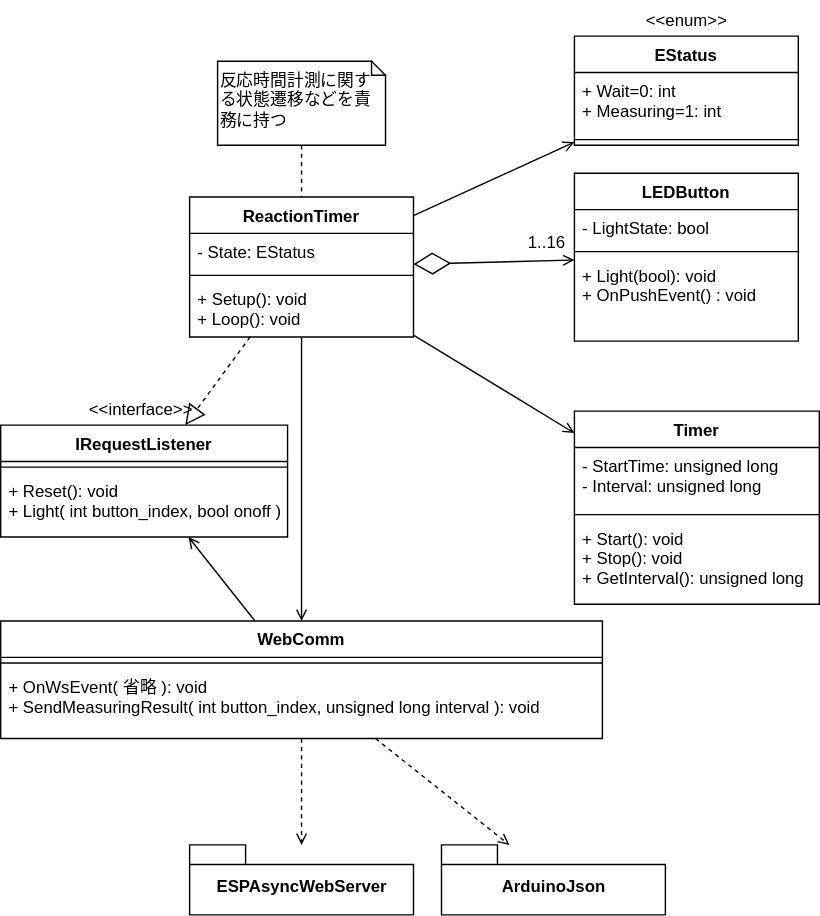
This is images/ボタン制御クラス図.drawio.svg from hajimesat0/feather-legs-trainer, a draw.io export, as it was before one commit. Source tidied: cells renumbered, new cells last; positions are measured from the earlier drawing's top-left corner, leaving out a move shared by most shapes.
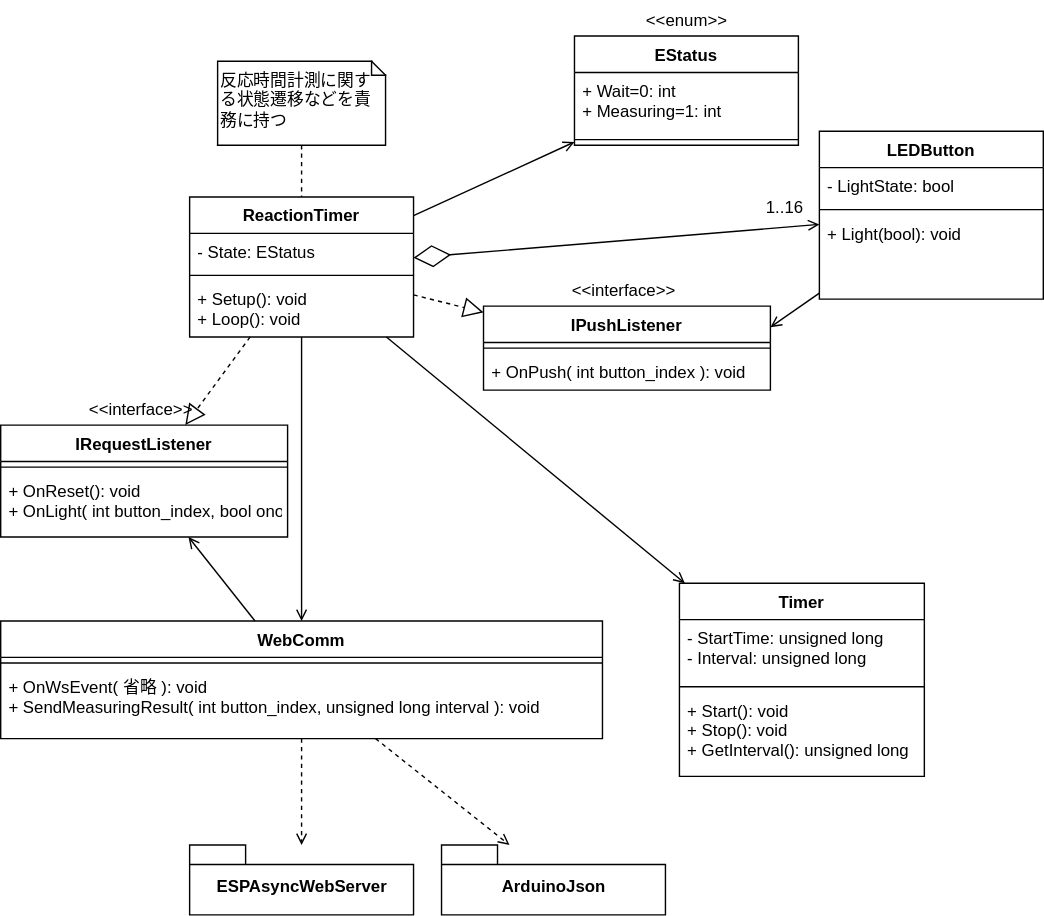
After the commit.

Commit message:
左側(index==0)のボタンのみLED点灯とプッシュ時消灯を確認

Diff of the diagram source:
```diff
@@ -3,7 +3,7 @@
     <mxCell id="0" />
     <mxCell id="1" parent="0" />
     <mxCell id="2" value="LEDButton" style="swimlane;fontStyle=1;align=center;verticalAlign=top;horizontal=1;startSize=26;" parent="1" vertex="1">
-      <mxGeometry x="410" y="123" width="160" height="120" as="geometry" />
+      <mxGeometry x="585" y="93" width="160" height="120" as="geometry" />
     </mxCell>
     <mxCell id="3" value="- LightState: bool" style="text;strokeColor=none;fillColor=none;align=left;verticalAlign=top;spacingLeft=4;spacingRight=4;overflow=hidden;" parent="2" vertex="1">
       <mxGeometry y="26" width="160" height="26" as="geometry" />
@@ -11,7 +11,7 @@
     <mxCell id="4" style="line;strokeWidth=1;fillColor=none;align=left;verticalAlign=middle;spacingTop=-1;spacingLeft=3;spacingRight=3;labelPosition=right;strokeColor=inherit;" parent="2" vertex="1">
       <mxGeometry y="52" width="160" height="8" as="geometry" />
     </mxCell>
-    <mxCell id="5" value="+ Light(bool): void&#10;+ OnPushEvent() : void" style="text;strokeColor=none;fillColor=none;align=left;verticalAlign=top;spacingLeft=4;spacingRight=4;overflow=hidden;" parent="2" vertex="1">
+    <mxCell id="5" value="+ Light(bool): void&#10;" style="text;strokeColor=none;fillColor=none;align=left;verticalAlign=top;spacingLeft=4;spacingRight=4;overflow=hidden;" parent="2" vertex="1">
       <mxGeometry y="60" width="160" height="60" as="geometry" />
     </mxCell>
     <mxCell id="6" value="WebComm" style="swimlane;fontStyle=1;align=center;verticalAlign=top;horizontal=1;startSize=26;" parent="1" vertex="1">
@@ -27,7 +27,7 @@
       <mxGeometry x="135" y="603" width="160" height="50" as="geometry" />
     </mxCell>
     <mxCell id="10" value="Timer" style="swimlane;fontStyle=1;align=center;verticalAlign=top;horizontal=1;startSize=26;" parent="1" vertex="1">
-      <mxGeometry x="410" y="293" width="175" height="138" as="geometry" />
+      <mxGeometry x="485" y="416" width="175" height="138" as="geometry" />
     </mxCell>
     <mxCell id="11" value="- StartTime: unsigned long&#10;- Interval: unsigned long" style="text;strokeColor=none;fillColor=none;align=left;verticalAlign=top;spacingLeft=4;spacingRight=4;overflow=hidden;" parent="10" vertex="1">
       <mxGeometry y="26" width="175" height="44" as="geometry" />
@@ -57,7 +57,7 @@
       <mxGeometry relative="1" as="geometry" />
     </mxCell>
     <mxCell id="20" value="1..16" style="text;html=1;align=center;verticalAlign=middle;strokeColor=none;fillColor=none;" parent="1" vertex="1">
-      <mxGeometry x="365" y="158" width="50" height="30" as="geometry" />
+      <mxGeometry x="535" y="133" width="50" height="30" as="geometry" />
     </mxCell>
     <mxCell id="21" style="endArrow=open;html=1;endFill=0;" parent="1" edge="1" source="14" target="10">
       <mxGeometry relative="1" as="geometry" />
@@ -71,7 +71,7 @@
     <mxCell id="24" style="line;strokeWidth=1;fillColor=none;align=left;verticalAlign=middle;spacingTop=-1;spacingLeft=3;spacingRight=3;labelPosition=right;strokeColor=inherit;" parent="23" vertex="1">
       <mxGeometry y="26" width="205" height="8" as="geometry" />
     </mxCell>
-    <mxCell id="25" value="+ Reset(): void&#10;+ Light( int button_index, bool onoff )" style="text;strokeColor=none;fillColor=none;align=left;verticalAlign=top;spacingLeft=4;spacingRight=4;overflow=hidden;" parent="23" vertex="1">
+    <mxCell id="25" value="+ OnReset(): void&#10;+ OnLight( int button_index, bool onoff )" style="text;strokeColor=none;fillColor=none;align=left;verticalAlign=top;spacingLeft=4;spacingRight=4;overflow=hidden;" parent="23" vertex="1">
       <mxGeometry y="34" width="205" height="46" as="geometry" />
     </mxCell>
     <mxCell id="26" style="group;fillColor=default;" parent="1" vertex="1">
@@ -128,5 +128,23 @@
     <mxCell id="43" value="&amp;lt;&amp;lt;interface&amp;gt;&amp;gt;" style="text;html=1;align=center;" parent="1" vertex="1">
       <mxGeometry x="5" y="278" width="190" height="25" as="geometry" />
     </mxCell>
+    <mxCell id="44" value="&amp;lt;&amp;lt;interface&amp;gt;&amp;gt;" style="text;html=1;align=center;" parent="1" vertex="1">
+      <mxGeometry x="350" y="193" width="190" height="25" as="geometry" />
+    </mxCell>
+    <mxCell id="45" value="IPushListener" style="swimlane;fontStyle=1;align=center;verticalAlign=top;horizontal=1;startSize=26;" parent="1" vertex="1">
+      <mxGeometry x="345" y="218" width="205" height="60" as="geometry" />
+    </mxCell>
+    <mxCell id="46" style="line;strokeWidth=1;fillColor=none;align=left;verticalAlign=middle;spacingTop=-1;spacingLeft=3;spacingRight=3;labelPosition=right;strokeColor=inherit;" parent="45" vertex="1">
+      <mxGeometry y="26" width="205" height="8" as="geometry" />
+    </mxCell>
+    <mxCell id="47" value="+ OnPush( int button_index ): void" style="text;strokeColor=none;fillColor=none;align=left;verticalAlign=top;spacingLeft=4;spacingRight=4;overflow=hidden;" parent="45" vertex="1">
+      <mxGeometry y="34" width="205" height="26" as="geometry" />
+    </mxCell>
+    <mxCell id="48" style="endArrow=block;dashed=1;endFill=0;endSize=12;html=1;" parent="1" edge="1" source="14" target="45">
+      <mxGeometry relative="1" as="geometry" />
+    </mxCell>
+    <mxCell id="49" style="endArrow=open;html=1;endFill=0;entryX=1;entryY=0.25;entryDx=0;entryDy=0;" parent="1" edge="1" source="2" target="45">
+      <mxGeometry relative="1" as="geometry" />
+    </mxCell>
   </root>
 </mxGraphModel>
```
